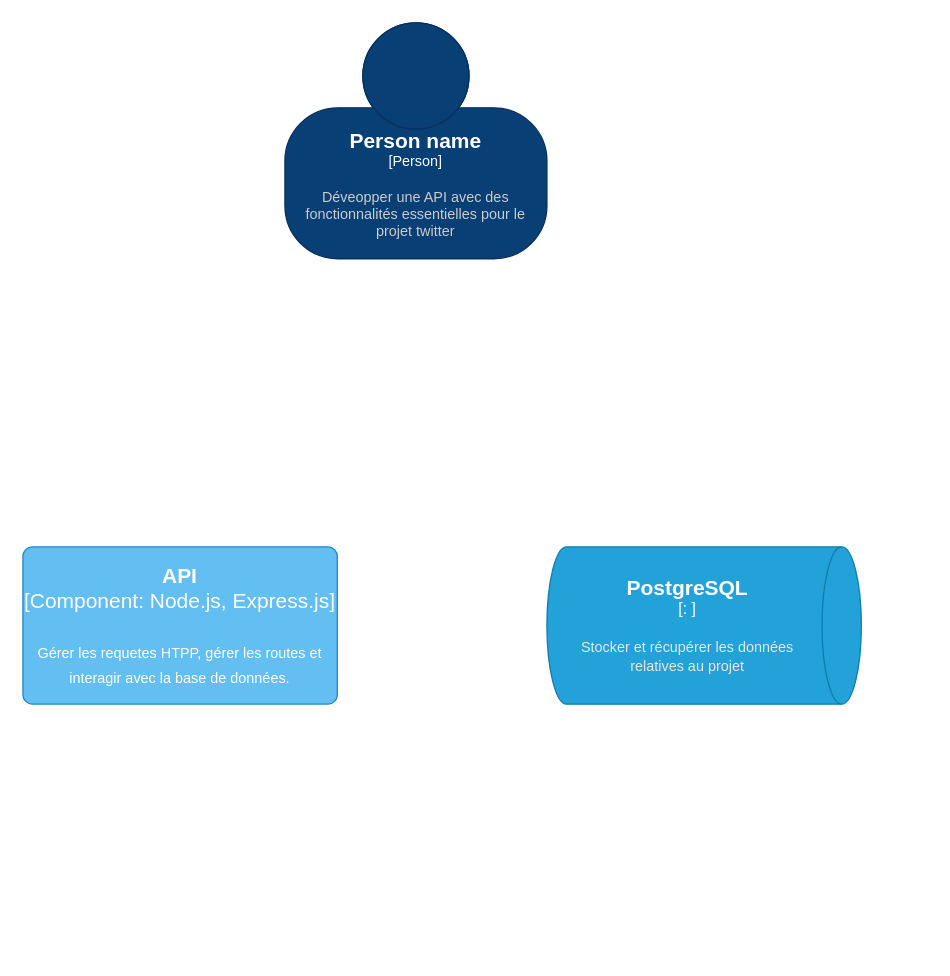
Earlier version of the draw.io diagram page "Contexte" (1 of 3) of twitter2.drawio (JeanMarieSamakila/twitterbackend). Source tidied: cells renumbered, new cells numbered last; positions are measured from the earlier drawing's top-left corner, leaving out a move shared by most shapes. Both pictures are drawn from the tidied source at 131%, with x=0, y=0 at pixel (22, 22).
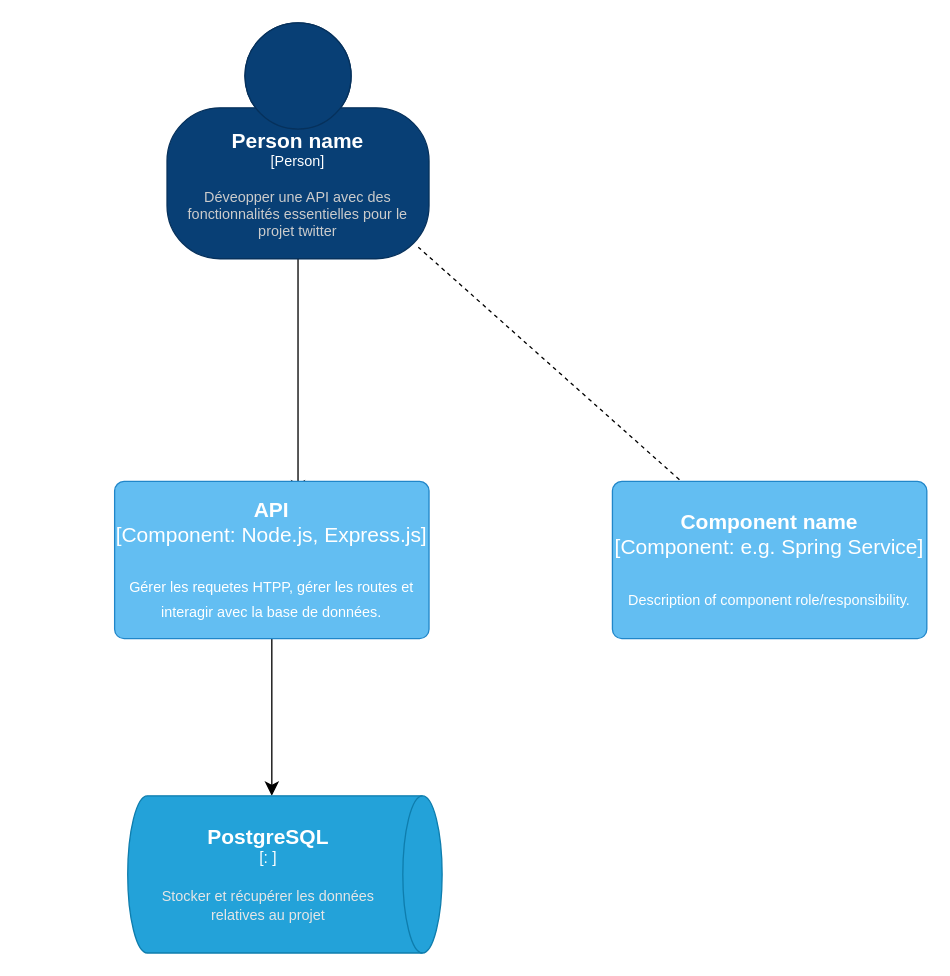
The same page after the edit.

Diff of the diagram source:
```diff
@@
 <mxGraphModel>
   <root>
     <mxCell id="0" />
     <mxCell id="1" parent="0" />
+    <mxCell id="5" style="edgeStyle=none;curved=1;rounded=0;jettySize=auto;html=1;fontSize=12;startSize=8;endSize=8;" parent="1" edge="1" source="2">
+      <mxGeometry relative="1" as="geometry">
+        <mxPoint x="210" y="360" as="targetPoint" />
+      </mxGeometry>
+    </mxCell>
     <object id="2" label="&lt;font style=&quot;font-size: 16px&quot;&gt;&lt;b&gt;%c4Name%&lt;/b&gt;&lt;/font&gt;&lt;div&gt;[%c4Type%]&lt;/div&gt;&lt;br&gt;&lt;div&gt;&lt;font style=&quot;font-size: 11px&quot;&gt;&lt;font color=&quot;#cccccc&quot;&gt;%c4Description%&lt;/font&gt;&lt;/div&gt;" c4Description="Déveopper une API avec des fonctionnalités essentielles pour le projet twitter" c4Name="Person name" c4Type="Person" placeholders="1">
       <mxCell style="html=1;fontSize=11;dashed=0;whiteSpace=wrap;fillColor=#083F75;strokeColor=#06315C;fontColor=#ffffff;shape=mxgraph.c4.person2;align=center;points=[[0.5,0,0],[1,0.5,0],[1,0.75,0],[0.75,1,0],[0.5,1,0],[0.25,1,0],[0,0.75,0],[0,0.5,0]];" parent="1" vertex="1">
-        <mxGeometry x="200" width="200" height="180" as="geometry" />
+        <mxGeometry x="110" width="200" height="180" as="geometry" />
       </mxCell>
     </object>
+    <mxCell id="6" style="edgeStyle=none;curved=1;rounded=0;jettySize=auto;html=1;fontSize=12;startSize=8;endSize=8;" parent="1" edge="1" source="3">
+      <mxGeometry relative="1" as="geometry">
+        <mxPoint x="190" y="590" as="targetPoint" />
+      </mxGeometry>
+    </mxCell>
     <object id="3" label="&lt;font style=&quot;font-size: 16px&quot;&gt;&lt;b&gt;%c4Name%&lt;/b&gt;&lt;/font&gt;&lt;div&gt;[%c4Type%: %c4Technology%]&lt;/div&gt;&lt;br&gt;&lt;div&gt;&lt;font style=&quot;font-size: 11px&quot;&gt;%c4Description%&lt;/font&gt;&lt;/div&gt;" c4Description="Gérer les requetes HTPP, gérer les routes et interagir avec la base de données." c4Name="API" c4Technology="Node.js, Express.js" c4Type="Component" placeholders="1">
       <mxCell style="rounded=1;whiteSpace=wrap;html=1;labelBackgroundColor=none;fillColor=#63BEF2;fontColor=#ffffff;align=center;arcSize=6;strokeColor=#2086C9;points=[[0.25,0,0],[0.5,0,0],[0.75,0,0],[1,0.25,0],[1,0.5,0],[1,0.75,0],[0.75,1,0],[0.5,1,0],[0.25,1,0],[0,0.75,0],[0,0.5,0],[0,0.25,0]];fontSize=16;" parent="1" vertex="1">
-        <mxGeometry y="400" width="240" height="120" as="geometry" />
+        <mxGeometry x="70" y="350" width="240" height="120" as="geometry" />
       </mxCell>
     </object>
     <object id="4" label="&lt;font style=&quot;font-size: 16px&quot;&gt;&lt;b&gt;%c4Type%&lt;/b&gt;&lt;/font&gt;&lt;div&gt;[%c4Container%:&amp;nbsp;%c4Technology%]&lt;/div&gt;&lt;br&gt;&lt;div&gt;&lt;font style=&quot;font-size: 11px&quot;&gt;&lt;font color=&quot;#E6E6E6&quot;&gt;%c4Description%&lt;/font&gt;&lt;/div&gt;" c4Container="" c4Description="Stocker et récupérer les données relatives au projet " c4Technology="" c4Type="PostgreSQL" placeholders="1">
       <mxCell style="shape=cylinder3;size=15;direction=south;whiteSpace=wrap;html=1;boundedLbl=1;rounded=0;labelBackgroundColor=none;fillColor=#23A2D9;fontSize=12;fontColor=#ffffff;align=center;strokeColor=#0E7DAD;" parent="1" vertex="1">
-        <mxGeometry x="400" y="400" width="240" height="120" as="geometry" />
+        <mxGeometry x="80" y="590" width="240" height="120" as="geometry" />
       </mxCell>
     </object>
+    <object id="7" label="&lt;font style=&quot;font-size: 16px&quot;&gt;&lt;b&gt;%c4Name%&lt;/b&gt;&lt;/font&gt;&lt;div&gt;[%c4Type%: %c4Technology%]&lt;/div&gt;&lt;br&gt;&lt;div&gt;&lt;font style=&quot;font-size: 11px&quot;&gt;%c4Description%&lt;/font&gt;&lt;/div&gt;" c4Description="Description of component role/responsibility." c4Name="Component name" c4Technology="e.g. Spring Service" c4Type="Component" placeholders="1">
+      <mxCell style="rounded=1;whiteSpace=wrap;html=1;labelBackgroundColor=none;fillColor=#63BEF2;fontColor=#ffffff;align=center;arcSize=6;strokeColor=#2086C9;points=[[0.25,0,0],[0.5,0,0],[0.75,0,0],[1,0.25,0],[1,0.5,0],[1,0.75,0],[0.75,1,0],[0.5,1,0],[0.25,1,0],[0,0.75,0],[0,0.5,0],[0,0.25,0]];fontSize=16;" parent="1" vertex="1">
+        <mxGeometry x="450" y="350" width="240" height="120" as="geometry" />
+      </mxCell>
+    </object>
+    <mxCell id="8" style="endArrow=none;dashed=1;html=1;rounded=0;fontSize=12;startSize=8;endSize=8;curved=1;exitX=0.959;exitY=0.951;exitDx=0;exitDy=0;exitPerimeter=0;" parent="1" edge="1" source="2" target="7">
+      <mxGeometry relative="1" as="geometry" />
+    </mxCell>
   </root>
 </mxGraphModel>
```
